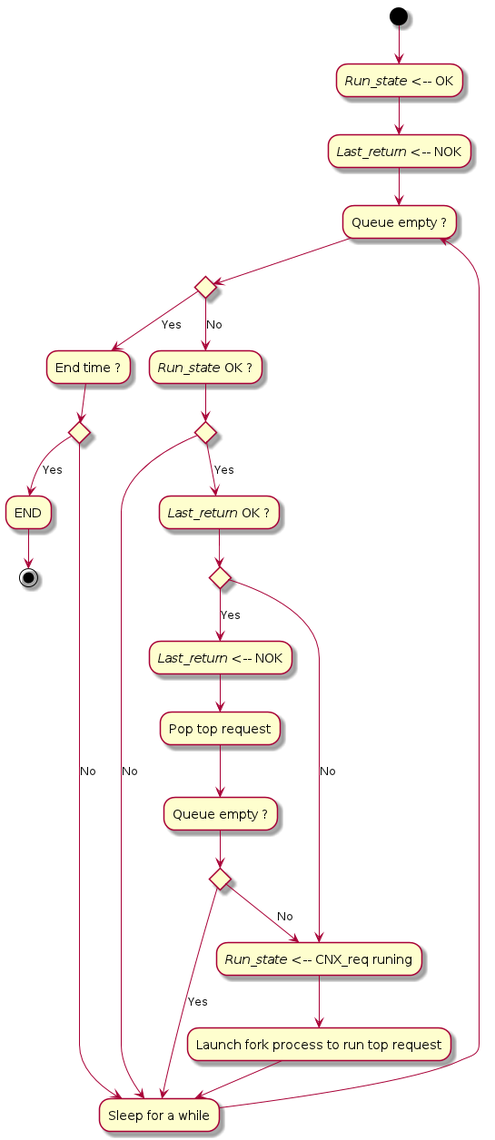
Earlier version of the PlantUML export doc/UML/Algo_exec_CNX.png (tof25/DST).
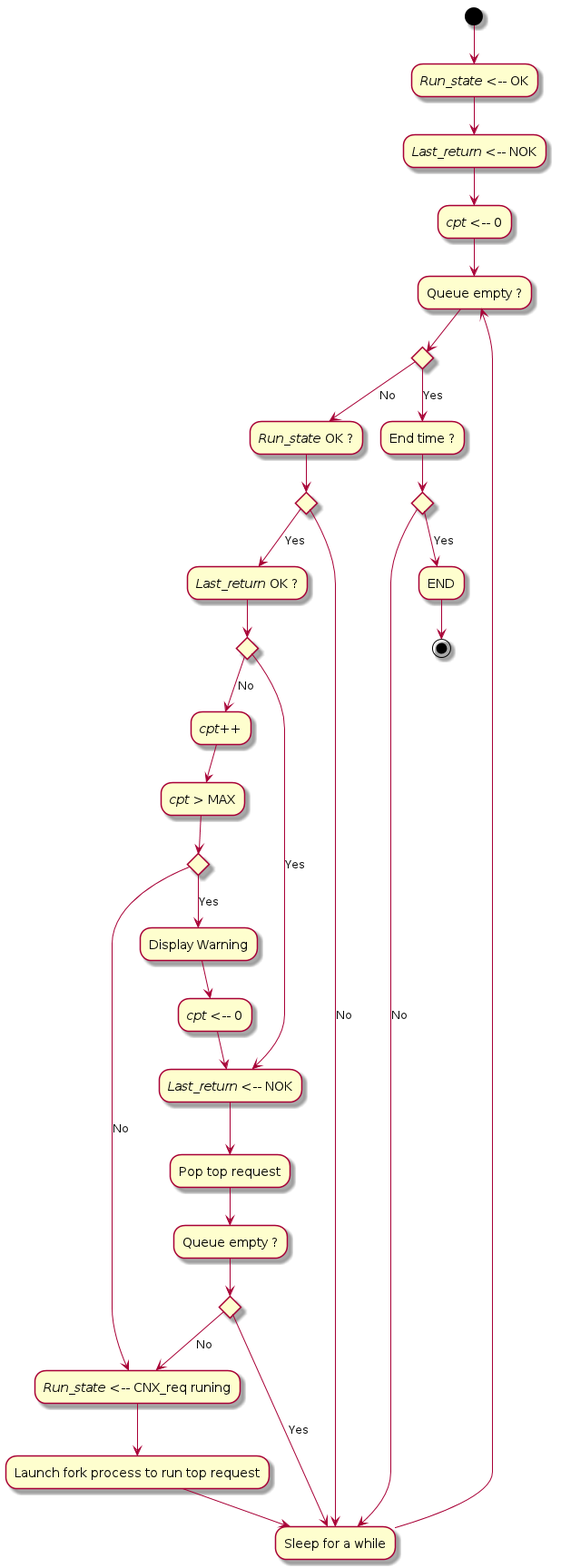
The same file after the commit.

Commit message:
Algo routine de traitement des files de CNX_REQ

The edit, as a diff of the source:
```diff
@@ -2,6 +2,7 @@
 
 (*top) --> "<i>Run_state</i> <-- OK" as init1
 --> "<i>Last_return</i> <-- NOK" as init2
+--> "<i>cpt</i> <-- 0" as init3
 
 --> "Queue empty ?" as q1
 if "" then
@@ -18,7 +19,7 @@
     if "" then
         -->[Yes] "<i>Last_return</i> OK ?"
         if "" then
-            -->[Yes] "<i>Last_return</i> <-- NOK"
+            -->[Yes] "<i>Last_return</i> <-- NOK" as run2
             --> "Pop top request"
             --> "Queue empty ?" as q2
             if "" then
@@ -29,7 +30,15 @@
                 --> s1
             endif
         else
-            -->[No] run1
+            -->[No] "<i>cpt</i>++"
+            --> "<i>cpt</i> > MAX"
+            if "" then
+                -->[Yes] "Display Warning"
+                --> "<i>cpt</i> <-- 0"
+                --> run2
+            else
+                -->[No] run1
+            endif
         endif
     else
         -->[No] s1
```
